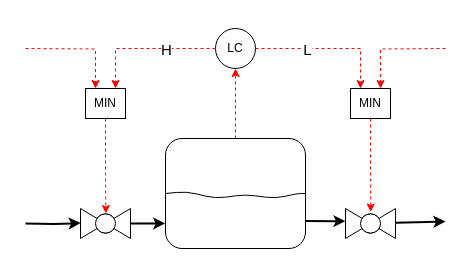
This is Figures/ifac-distillation/bidir_simplified.drawio from brageban/aspen-matlab-testbench, a draw.io file, before an edit. Source tidied: cells renumbered, new cells numbered last; positions are measured from the earlier drawing's top-left corner, leaving out a move shared by most shapes. Both pictures are drawn from the tidied source at 100%, with x=0, y=0 at pixel (25, 28).
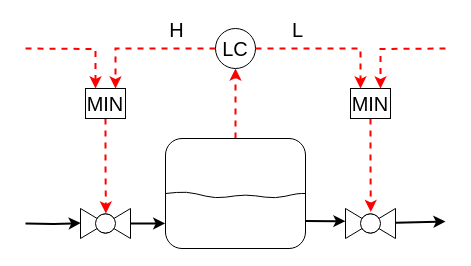
After the change.

What changed in the source:
```diff
@@
-    <mxCell id="2" style="edgeStyle=orthogonalEdgeStyle;rounded=0;html=1;entryX=0.5;entryY=1;entryDx=0;entryDy=0;dashed=1;strokeColor=#FF0000;" parent="1" edge="1" source="4" target="10">
+    <mxCell id="2" style="edgeStyle=orthogonalEdgeStyle;rounded=0;html=1;entryX=0.5;entryY=1;entryDx=0;entryDy=0;dashed=1;strokeColor=#FF0000;fontSize=20;strokeWidth=2;" parent="1" edge="1" source="4" target="10">
       <mxGeometry relative="1" as="geometry" />
     </mxCell>
-    <mxCell id="3" style="edgeStyle=none;html=1;entryX=-0.001;entryY=0.422;entryDx=0;entryDy=0;entryPerimeter=0;strokeWidth=2;exitX=1;exitY=0.75;exitDx=0;exitDy=0;" parent="1" edge="1" source="4" target="16">
+    <mxCell id="3" style="edgeStyle=none;html=1;entryX=-0.001;entryY=0.422;entryDx=0;entryDy=0;entryPerimeter=0;strokeWidth=2;exitX=1;exitY=0.75;exitDx=0;exitDy=0;fontSize=20;" parent="1" edge="1" source="4" target="16">
       <mxGeometry relative="1" as="geometry" />
     </mxCell>
-    <mxCell id="4" style="rounded=1;whiteSpace=wrap;html=1;" parent="1" vertex="1">
+    <mxCell id="4" style="rounded=1;whiteSpace=wrap;html=1;fontSize=20;" parent="1" vertex="1">
       <mxGeometry x="140" y="110" width="140" height="110" as="geometry" />
     </mxCell>
-    <mxCell id="5" style="endArrow=none;html=1;exitX=0;exitY=0.5;exitDx=0;exitDy=0;entryX=1;entryY=0.5;entryDx=0;entryDy=0;strokeWidth=1;" parent="1" edge="1" source="4" target="4">
+    <mxCell id="5" style="endArrow=none;html=1;exitX=0;exitY=0.5;exitDx=0;exitDy=0;entryX=1;entryY=0.5;entryDx=0;entryDy=0;strokeWidth=1;fontSize=20;" parent="1" edge="1" source="4" target="4">
       <mxGeometry relative="1" as="geometry">
         <Array as="points">
           <mxPoint x="161" y="163" />
           <mxPoint x="190" y="170" />
           <mxPoint x="220" y="166" />
           <mxPoint x="250" y="170" />
           <mxPoint x="272" y="165" />
         </Array>
       </mxGeometry>
     </mxCell>
-    <mxCell id="6" style="edgeStyle=orthogonalEdgeStyle;rounded=0;html=1;entryX=0.75;entryY=0;entryDx=0;entryDy=0;dashed=1;strokeColor=#FF0000;exitX=0;exitY=0.5;exitDx=0;exitDy=0;" parent="1" edge="1" source="10" target="12">
+    <mxCell id="6" style="edgeStyle=orthogonalEdgeStyle;rounded=0;html=1;entryX=0.75;entryY=0;entryDx=0;entryDy=0;dashed=1;strokeColor=#FF0000;exitX=0;exitY=0.5;exitDx=0;exitDy=0;fontSize=20;strokeWidth=2;" parent="1" edge="1" source="10" target="12">
       <mxGeometry relative="1" as="geometry" />
     </mxCell>
-    <mxCell id="7" value="H" style="edgeLabel;html=1;align=center;verticalAlign=middle;fontSize=15;" parent="6" vertex="1">
+    <mxCell id="7" value="H" style="edgeLabel;html=1;align=center;verticalAlign=middle;fontSize=20;" parent="6" vertex="1">
       <mxGeometry x="0.04" relative="1" as="geometry">
-        <mxPoint x="23" as="offset" />
+        <mxPoint x="33" y="-20" as="offset" />
       </mxGeometry>
     </mxCell>
-    <mxCell id="8" style="edgeStyle=orthogonalEdgeStyle;rounded=0;html=1;entryX=0.25;entryY=0;entryDx=0;entryDy=0;dashed=1;strokeColor=#FF0000;" parent="1" edge="1" source="10" target="18">
+    <mxCell id="8" style="edgeStyle=orthogonalEdgeStyle;rounded=0;html=1;entryX=0.25;entryY=0;entryDx=0;entryDy=0;dashed=1;strokeColor=#FF0000;fontSize=20;strokeWidth=2;" parent="1" edge="1" source="10" target="18">
       <mxGeometry relative="1" as="geometry" />
     </mxCell>
-    <mxCell id="9" value="L" style="edgeLabel;html=1;align=center;verticalAlign=middle;fontSize=15;" parent="8" vertex="1">
+    <mxCell id="9" value="L" style="edgeLabel;html=1;align=center;verticalAlign=middle;fontSize=20;" parent="8" vertex="1">
       <mxGeometry x="-0.01" y="1" relative="1" as="geometry">
-        <mxPoint x="-21" y="1" as="offset" />
+        <mxPoint x="-31" y="-19" as="offset" />
       </mxGeometry>
     </mxCell>
-    <mxCell id="10" value="LC" style="ellipse;whiteSpace=wrap;html=1;" parent="1" vertex="1">
+    <mxCell id="10" value="LC" style="ellipse;whiteSpace=wrap;html=1;fontSize=20;" parent="1" vertex="1">
       <mxGeometry x="190" width="40" height="40" as="geometry" />
     </mxCell>
-    <mxCell id="11" style="edgeStyle=orthogonalEdgeStyle;rounded=0;html=1;entryX=0.508;entryY=0.167;entryDx=0;entryDy=0;entryPerimeter=0;dashed=1;strokeColor=#FF0000;" parent="1" edge="1" source="12" target="14">
+    <mxCell id="11" style="edgeStyle=orthogonalEdgeStyle;rounded=0;html=1;entryX=0.508;entryY=0.167;entryDx=0;entryDy=0;entryPerimeter=0;dashed=1;strokeColor=#FF0000;fontSize=20;strokeWidth=2;" parent="1" edge="1" source="12" target="14">
       <mxGeometry relative="1" as="geometry" />
     </mxCell>
-    <mxCell id="12" value="MIN" style="rounded=0;whiteSpace=wrap;html=1;" parent="1" vertex="1">
+    <mxCell id="12" value="MIN" style="rounded=0;whiteSpace=wrap;html=1;fontSize=20;" parent="1" vertex="1">
       <mxGeometry x="60" y="60" width="40" height="30" as="geometry" />
     </mxCell>
-    <mxCell id="13" style="edgeStyle=none;html=1;entryX=-0.002;entryY=0.772;entryDx=0;entryDy=0;strokeWidth=2;entryPerimeter=0;" parent="1" edge="1" source="14" target="4">
+    <mxCell id="13" style="edgeStyle=none;html=1;entryX=-0.002;entryY=0.772;entryDx=0;entryDy=0;strokeWidth=2;entryPerimeter=0;fontSize=20;" parent="1" edge="1" source="14" target="4">
       <mxGeometry relative="1" as="geometry" />
     </mxCell>
-    <mxCell id="14" style="verticalLabelPosition=bottom;align=center;html=1;verticalAlign=top;dashed=0;shape=mxgraph.pid2valves.valve;valveType=ball;" parent="1" vertex="1">
+    <mxCell id="14" style="verticalLabelPosition=bottom;align=center;html=1;verticalAlign=top;dashed=0;shape=mxgraph.pid2valves.valve;valveType=ball;fontSize=20;" parent="1" vertex="1">
       <mxGeometry x="55" y="180" width="50" height="30" as="geometry" />
     </mxCell>
-    <mxCell id="15" style="edgeStyle=none;html=1;strokeWidth=2;" parent="1" edge="1" source="16">
+    <mxCell id="15" style="edgeStyle=none;html=1;strokeWidth=2;fontSize=20;" parent="1" edge="1" source="16">
       <mxGeometry relative="1" as="geometry">
         <mxPoint x="420" y="193" as="targetPoint" />
       </mxGeometry>
     </mxCell>
-    <mxCell id="16" style="verticalLabelPosition=bottom;align=center;html=1;verticalAlign=top;dashed=0;shape=mxgraph.pid2valves.valve;valveType=ball;" parent="1" vertex="1">
+    <mxCell id="16" style="verticalLabelPosition=bottom;align=center;html=1;verticalAlign=top;dashed=0;shape=mxgraph.pid2valves.valve;valveType=ball;fontSize=20;" parent="1" vertex="1">
       <mxGeometry x="320" y="180" width="50" height="30" as="geometry" />
     </mxCell>
-    <mxCell id="17" style="edgeStyle=orthogonalEdgeStyle;rounded=0;html=1;entryX=0.506;entryY=0.117;entryDx=0;entryDy=0;entryPerimeter=0;dashed=1;strokeColor=#FF0000;" parent="1" edge="1" source="18" target="16">
+    <mxCell id="17" style="edgeStyle=orthogonalEdgeStyle;rounded=0;html=1;entryX=0.506;entryY=0.117;entryDx=0;entryDy=0;entryPerimeter=0;dashed=1;strokeColor=#FF0000;fontSize=20;strokeWidth=2;" parent="1" edge="1" source="18" target="16">
       <mxGeometry relative="1" as="geometry" />
     </mxCell>
-    <mxCell id="18" value="MIN" style="rounded=0;whiteSpace=wrap;html=1;" parent="1" vertex="1">
+    <mxCell id="18" value="MIN" style="rounded=0;whiteSpace=wrap;html=1;fontSize=20;" parent="1" vertex="1">
       <mxGeometry x="325" y="60" width="40" height="30" as="geometry" />
     </mxCell>
-    <mxCell id="19" style="edgeStyle=orthogonalEdgeStyle;rounded=0;html=1;entryX=0.004;entryY=0.487;entryDx=0;entryDy=0;entryPerimeter=0;strokeWidth=2;" parent="1" edge="1" target="14">
+    <mxCell id="19" style="edgeStyle=orthogonalEdgeStyle;rounded=0;html=1;entryX=0.004;entryY=0.487;entryDx=0;entryDy=0;entryPerimeter=0;strokeWidth=2;fontSize=20;" parent="1" edge="1" target="14">
       <mxGeometry relative="1" as="geometry">
         <mxPoint y="195" as="sourcePoint" />
       </mxGeometry>
     </mxCell>
-    <mxCell id="20" style="edgeStyle=orthogonalEdgeStyle;rounded=0;html=1;entryX=0.25;entryY=0;entryDx=0;entryDy=0;dashed=1;strokeColor=#FF0000;" parent="1" edge="1" target="12">
+    <mxCell id="20" style="edgeStyle=orthogonalEdgeStyle;rounded=0;html=1;entryX=0.25;entryY=0;entryDx=0;entryDy=0;dashed=1;strokeColor=#FF0000;fontSize=20;strokeWidth=2;" parent="1" edge="1" target="12">
       <mxGeometry relative="1" as="geometry">
         <mxPoint y="20" as="sourcePoint" />
       </mxGeometry>
     </mxCell>
-    <mxCell id="21" style="edgeStyle=orthogonalEdgeStyle;rounded=0;html=1;entryX=0.75;entryY=0;entryDx=0;entryDy=0;dashed=1;strokeColor=#FF0000;" parent="1" edge="1" target="18">
+    <mxCell id="21" style="edgeStyle=orthogonalEdgeStyle;rounded=0;html=1;entryX=0.75;entryY=0;entryDx=0;entryDy=0;dashed=1;strokeColor=#FF0000;fontSize=20;strokeWidth=2;" parent="1" edge="1" target="18">
       <mxGeometry relative="1" as="geometry">
         <mxPoint x="420" y="20" as="sourcePoint" />
       </mxGeometry>
     </mxCell>
```
